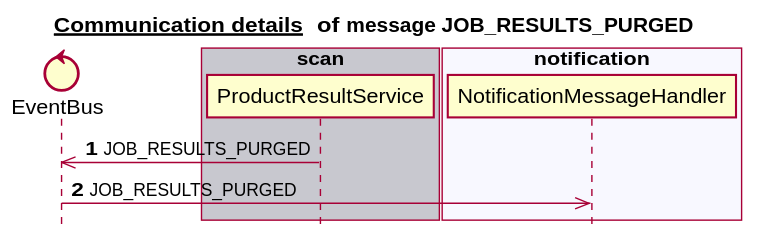
mercedes-benz/sechub keeps this PlantUML diagram as docs/latest/images/gen_domain_messaging_job_results_purged.svg. Above is the earlier version.
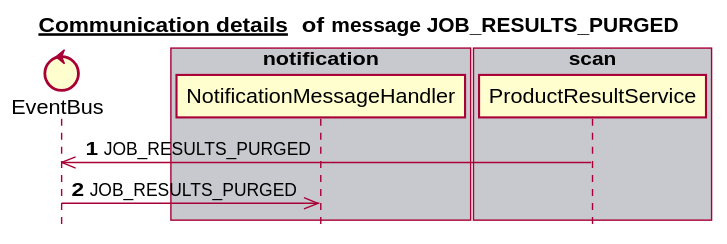
The same file after the commit.

The edit, as a diff of the source:
```diff
@@ -6,17 +6,17 @@
 
 
 control EventBus
-box "scan" #C8C8CF
-   participant ProductResultService
+box "notification" #C8C8CF
+   participant NotificationMessageHandler
 end box
 box "authorization" #F8F8FF
 end box
 box "administration" #C8C8CF
 end box
-box "notification" #F8F8FF
-   participant NotificationMessageHandler
+box "schedule" #F8F8FF
 end box
-box "schedule" #C8C8CF
+box "scan" #C8C8CF
+   participant ProductResultService
 end box
 autonumber 1
 ProductResultService ->> EventBus:JOB_RESULTS_PURGED
```
